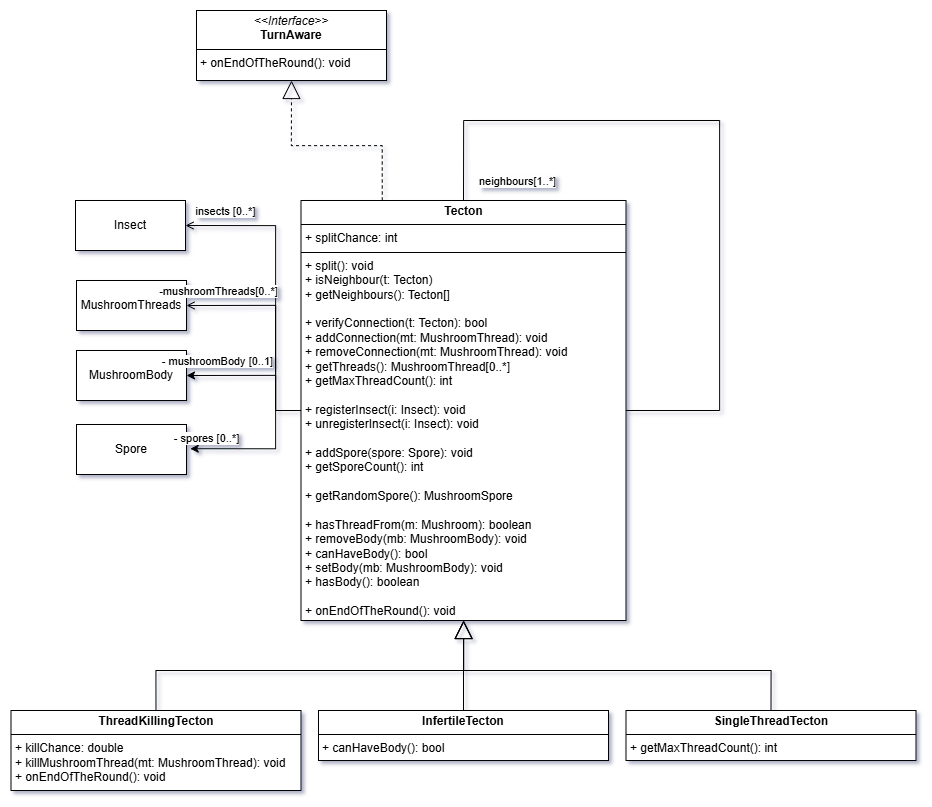
Above: diagrams/class/tecton.png in dzsem/projlab (draw.io), before the change. Source tidied: cells renumbered, new cells last; positions are measured from the earlier drawing's top-left corner, leaving out a move shared by most shapes.
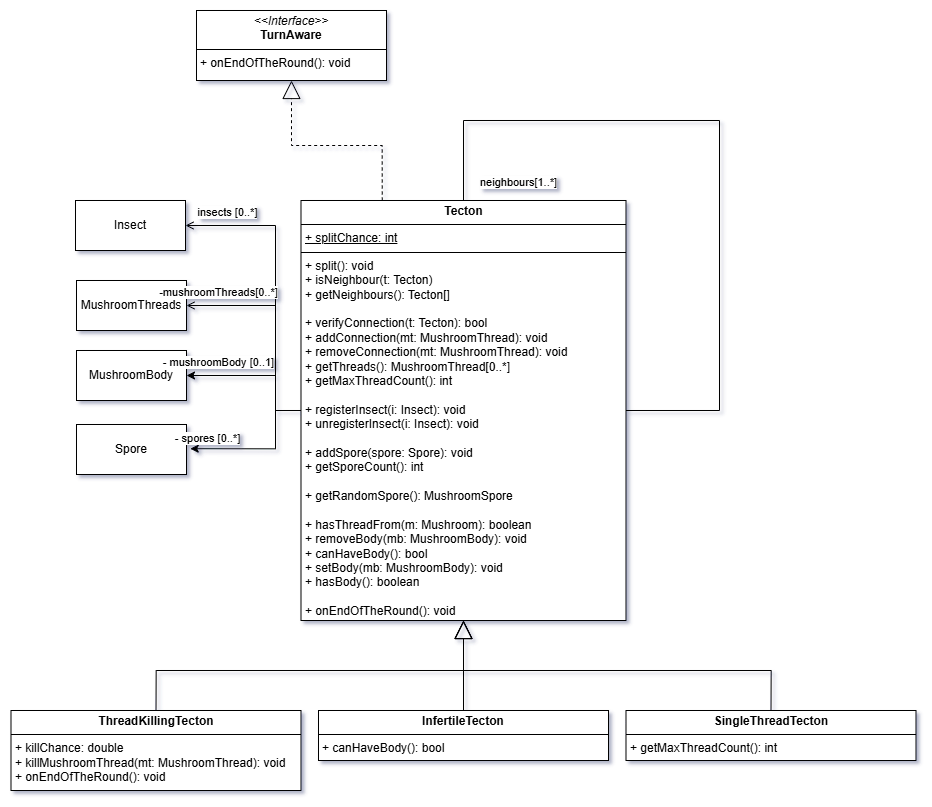
Later version of the same file.

Commit message:
Patch static vars

Diff of the diagram source:
```diff
@@ -34,7 +34,7 @@
     <mxCell id="7" style="edgeStyle=orthogonalEdgeStyle;rounded=0;jettySize=auto;html=1;exitX=0.25;exitY=0;exitDx=0;exitDy=0;entryX=0.5;entryY=1;entryDx=0;entryDy=0;endArrow=block;endFill=0;endSize=16;startSize=1;dashed=1;" parent="1" edge="1" source="8" target="24">
       <mxGeometry relative="1" as="geometry" />
     </mxCell>
-    <mxCell id="8" value="&lt;p style=&quot;margin:0px;margin-top:4px;text-align:center;&quot;&gt;&lt;b&gt;Tecton&lt;/b&gt;&lt;/p&gt;&lt;hr size=&quot;1&quot; style=&quot;border-style:solid;&quot;&gt;&lt;p style=&quot;margin:0px;margin-left:4px;&quot;&gt;+ splitChance: int&lt;/p&gt;&lt;hr size=&quot;1&quot; style=&quot;border-style:solid;&quot;&gt;&lt;p style=&quot;margin:0px;margin-left:4px;&quot;&gt;+ &lt;span style=&quot;background-color: transparent; color: light-dark(rgb(0, 0, 0), rgb(255, 255, 255));&quot;&gt;split(): void&lt;/span&gt;&lt;/p&gt;&lt;p style=&quot;margin:0px;margin-left:4px;&quot;&gt;+ &lt;span style=&quot;background-color: transparent; color: light-dark(rgb(0, 0, 0), rgb(255, 255, 255));&quot;&gt;isNeighbour(t: Tecton)&lt;/span&gt;&lt;/p&gt;&lt;p style=&quot;margin:0px;margin-left:4px;&quot;&gt;&lt;span style=&quot;background-color: transparent; color: light-dark(rgb(0, 0, 0), rgb(255, 255, 255));&quot;&gt;+ &lt;/span&gt;&lt;span style=&quot;background-color: transparent; color: light-dark(rgb(0, 0, 0), rgb(255, 255, 255));&quot;&gt;getNeighbours(): Tecton[]&lt;/span&gt;&lt;/p&gt;&lt;p style=&quot;margin:0px;margin-left:4px;&quot;&gt;&lt;br&gt;&lt;/p&gt;&lt;p style=&quot;margin:0px;margin-left:4px;&quot;&gt;+&amp;nbsp;&lt;span style=&quot;background-color: transparent; color: light-dark(rgb(0, 0, 0), rgb(255, 255, 255));&quot;&gt;verifyConnection(t: Tecton): bool&lt;/span&gt;&lt;/p&gt;&lt;p style=&quot;margin:0px;margin-left:4px;&quot;&gt;+ &lt;span style=&quot;background-color: transparent; color: light-dark(rgb(0, 0, 0), rgb(255, 255, 255));&quot;&gt;addConnection(mt: MushroomThread): void&lt;/span&gt;&lt;/p&gt;&lt;p style=&quot;margin:0px;margin-left:4px;&quot;&gt;+ &lt;span style=&quot;background-color: transparent; color: light-dark(rgb(0, 0, 0), rgb(255, 255, 255));&quot;&gt;removeConnection(mt: MushroomThread): void&lt;/span&gt;&lt;/p&gt;&lt;p style=&quot;margin:0px;margin-left:4px;&quot;&gt;+&amp;nbsp;&lt;span style=&quot;background-color: transparent; color: light-dark(rgb(0, 0, 0), rgb(255, 255, 255));&quot;&gt;getThreads(): MushroomThread[0..*]&lt;/span&gt;&lt;/p&gt;&lt;p style=&quot;margin:0px;margin-left:4px;&quot;&gt;+ getMaxThreadCount(): int&lt;/p&gt;&lt;p style=&quot;margin:0px;margin-left:4px;&quot;&gt;&lt;br&gt;&lt;/p&gt;&lt;p style=&quot;margin:0px;margin-left:4px;&quot;&gt;&lt;span style=&quot;background-color: transparent; color: light-dark(rgb(0, 0, 0), rgb(255, 255, 255));&quot;&gt;+ &lt;/span&gt;&lt;span style=&quot;background-color: transparent; color: light-dark(rgb(0, 0, 0), rgb(255, 255, 255));&quot;&gt;registerInsect(i: Insect): void&lt;/span&gt;&lt;/p&gt;&lt;p style=&quot;margin:0px;margin-left:4px;&quot;&gt;+&amp;nbsp;&lt;span style=&quot;background-color: transparent; color: light-dark(rgb(0, 0, 0), rgb(255, 255, 255));&quot;&gt;unregisterInsect(i: Insect): void&lt;/span&gt;&lt;/p&gt;&lt;p style=&quot;margin:0px;margin-left:4px;&quot;&gt;&lt;br&gt;&lt;/p&gt;&lt;p style=&quot;margin:0px;margin-left:4px;&quot;&gt;+ &lt;span style=&quot;background-color: transparent; color: light-dark(rgb(0, 0, 0), rgb(255, 255, 255));&quot;&gt;addSpore(spore: Spore): void&lt;/span&gt;&lt;/p&gt;&lt;p style=&quot;margin:0px;margin-left:4px;&quot;&gt;&lt;span style=&quot;background-color: transparent; color: light-dark(rgb(0, 0, 0), rgb(255, 255, 255));&quot;&gt;+ &lt;/span&gt;&lt;span style=&quot;background-color: transparent; color: light-dark(rgb(0, 0, 0), rgb(255, 255, 255));&quot;&gt;getSporeCount(): int&lt;/span&gt;&lt;/p&gt;&lt;p style=&quot;margin:0px;margin-left:4px;&quot;&gt;&lt;br&gt;&lt;/p&gt;&lt;p style=&quot;margin:0px;margin-left:4px;&quot;&gt;+&amp;nbsp;&lt;span style=&quot;background-color: transparent; color: light-dark(rgb(0, 0, 0), rgb(255, 255, 255));&quot;&gt;getRandomSpore(): MushroomSpore&lt;/span&gt;&lt;/p&gt;&lt;p style=&quot;margin:0px;margin-left:4px;&quot;&gt;&lt;span style=&quot;background-color: transparent; color: light-dark(rgb(0, 0, 0), rgb(255, 255, 255));&quot;&gt;&lt;br&gt;&lt;/span&gt;&lt;/p&gt;&lt;p style=&quot;margin:0px;margin-left:4px;&quot;&gt;+ &lt;span style=&quot;background-color: transparent; color: light-dark(rgb(0, 0, 0), rgb(255, 255, 255));&quot;&gt;hasThreadFrom(m: Mushroom): boolean&lt;/span&gt;&lt;/p&gt;&lt;p style=&quot;margin:0px;margin-left:4px;&quot;&gt;&lt;span style=&quot;background-color: transparent; color: light-dark(rgb(0, 0, 0), rgb(255, 255, 255));&quot;&gt;+&amp;nbsp;&lt;/span&gt;&lt;span style=&quot;background-color: transparent; color: light-dark(rgb(0, 0, 0), rgb(255, 255, 255));&quot;&gt;removeBody(mb: MushroomBody): void&lt;/span&gt;&lt;/p&gt;&lt;p style=&quot;margin:0px;margin-left:4px;&quot;&gt;+&amp;nbsp;&lt;span style=&quot;background-color: transparent; color: light-dark(rgb(0, 0, 0), rgb(255, 255, 255));&quot;&gt;canHaveBody(): bool&lt;/span&gt;&lt;/p&gt;&lt;p style=&quot;margin:0px;margin-left:4px;&quot;&gt;+&amp;nbsp;&lt;span style=&quot;background-color: transparent; color: light-dark(rgb(0, 0, 0), rgb(255, 255, 255));&quot;&gt;setBody(mb: MushroomBody): void&lt;/span&gt;&lt;/p&gt;&lt;p style=&quot;margin:0px;margin-left:4px;&quot;&gt;+&amp;nbsp;&lt;span style=&quot;background-color: transparent; color: light-dark(rgb(0, 0, 0), rgb(255, 255, 255));&quot;&gt;hasBody(): boolean&lt;/span&gt;&lt;/p&gt;&lt;p style=&quot;margin:0px;margin-left:4px;&quot;&gt;&lt;br&gt;&lt;/p&gt;&lt;p style=&quot;margin:0px;margin-left:4px;&quot;&gt;+&amp;nbsp;&lt;span style=&quot;background-color: transparent; color: light-dark(rgb(0, 0, 0), rgb(255, 255, 255));&quot;&gt;onEndOfTheRound(): void&lt;/span&gt;&lt;/p&gt;" style="verticalAlign=top;align=left;overflow=fill;html=1;whiteSpace=wrap;" parent="1" vertex="1">
+    <mxCell id="8" value="&lt;p style=&quot;margin:0px;margin-top:4px;text-align:center;&quot;&gt;&lt;b&gt;Tecton&lt;/b&gt;&lt;/p&gt;&lt;hr size=&quot;1&quot; style=&quot;border-style:solid;&quot;&gt;&lt;p style=&quot;margin:0px;margin-left:4px;&quot;&gt;&lt;u&gt;+ splitChance: int&lt;/u&gt;&lt;/p&gt;&lt;hr size=&quot;1&quot; style=&quot;border-style:solid;&quot;&gt;&lt;p style=&quot;margin:0px;margin-left:4px;&quot;&gt;+ &lt;span style=&quot;background-color: transparent; color: light-dark(rgb(0, 0, 0), rgb(255, 255, 255));&quot;&gt;split(): void&lt;/span&gt;&lt;/p&gt;&lt;p style=&quot;margin:0px;margin-left:4px;&quot;&gt;+ &lt;span style=&quot;background-color: transparent; color: light-dark(rgb(0, 0, 0), rgb(255, 255, 255));&quot;&gt;isNeighbour(t: Tecton)&lt;/span&gt;&lt;/p&gt;&lt;p style=&quot;margin:0px;margin-left:4px;&quot;&gt;&lt;span style=&quot;background-color: transparent; color: light-dark(rgb(0, 0, 0), rgb(255, 255, 255));&quot;&gt;+ &lt;/span&gt;&lt;span style=&quot;background-color: transparent; color: light-dark(rgb(0, 0, 0), rgb(255, 255, 255));&quot;&gt;getNeighbours(): Tecton[]&lt;/span&gt;&lt;/p&gt;&lt;p style=&quot;margin:0px;margin-left:4px;&quot;&gt;&lt;br&gt;&lt;/p&gt;&lt;p style=&quot;margin:0px;margin-left:4px;&quot;&gt;+&amp;nbsp;&lt;span style=&quot;background-color: transparent; color: light-dark(rgb(0, 0, 0), rgb(255, 255, 255));&quot;&gt;verifyConnection(t: Tecton): bool&lt;/span&gt;&lt;/p&gt;&lt;p style=&quot;margin:0px;margin-left:4px;&quot;&gt;+ &lt;span style=&quot;background-color: transparent; color: light-dark(rgb(0, 0, 0), rgb(255, 255, 255));&quot;&gt;addConnection(mt: MushroomThread): void&lt;/span&gt;&lt;/p&gt;&lt;p style=&quot;margin:0px;margin-left:4px;&quot;&gt;+ &lt;span style=&quot;background-color: transparent; color: light-dark(rgb(0, 0, 0), rgb(255, 255, 255));&quot;&gt;removeConnection(mt: MushroomThread): void&lt;/span&gt;&lt;/p&gt;&lt;p style=&quot;margin:0px;margin-left:4px;&quot;&gt;+&amp;nbsp;&lt;span style=&quot;background-color: transparent; color: light-dark(rgb(0, 0, 0), rgb(255, 255, 255));&quot;&gt;getThreads(): MushroomThread[0..*]&lt;/span&gt;&lt;/p&gt;&lt;p style=&quot;margin:0px;margin-left:4px;&quot;&gt;+ getMaxThreadCount(): int&lt;/p&gt;&lt;p style=&quot;margin:0px;margin-left:4px;&quot;&gt;&lt;br&gt;&lt;/p&gt;&lt;p style=&quot;margin:0px;margin-left:4px;&quot;&gt;&lt;span style=&quot;background-color: transparent; color: light-dark(rgb(0, 0, 0), rgb(255, 255, 255));&quot;&gt;+ &lt;/span&gt;&lt;span style=&quot;background-color: transparent; color: light-dark(rgb(0, 0, 0), rgb(255, 255, 255));&quot;&gt;registerInsect(i: Insect): void&lt;/span&gt;&lt;/p&gt;&lt;p style=&quot;margin:0px;margin-left:4px;&quot;&gt;+&amp;nbsp;&lt;span style=&quot;background-color: transparent; color: light-dark(rgb(0, 0, 0), rgb(255, 255, 255));&quot;&gt;unregisterInsect(i: Insect): void&lt;/span&gt;&lt;/p&gt;&lt;p style=&quot;margin:0px;margin-left:4px;&quot;&gt;&lt;br&gt;&lt;/p&gt;&lt;p style=&quot;margin:0px;margin-left:4px;&quot;&gt;+ &lt;span style=&quot;background-color: transparent; color: light-dark(rgb(0, 0, 0), rgb(255, 255, 255));&quot;&gt;addSpore(spore: Spore): void&lt;/span&gt;&lt;/p&gt;&lt;p style=&quot;margin:0px;margin-left:4px;&quot;&gt;&lt;span style=&quot;background-color: transparent; color: light-dark(rgb(0, 0, 0), rgb(255, 255, 255));&quot;&gt;+ &lt;/span&gt;&lt;span style=&quot;background-color: transparent; color: light-dark(rgb(0, 0, 0), rgb(255, 255, 255));&quot;&gt;getSporeCount(): int&lt;/span&gt;&lt;/p&gt;&lt;p style=&quot;margin:0px;margin-left:4px;&quot;&gt;&lt;br&gt;&lt;/p&gt;&lt;p style=&quot;margin:0px;margin-left:4px;&quot;&gt;+&amp;nbsp;&lt;span style=&quot;background-color: transparent; color: light-dark(rgb(0, 0, 0), rgb(255, 255, 255));&quot;&gt;getRandomSpore(): MushroomSpore&lt;/span&gt;&lt;/p&gt;&lt;p style=&quot;margin:0px;margin-left:4px;&quot;&gt;&lt;span style=&quot;background-color: transparent; color: light-dark(rgb(0, 0, 0), rgb(255, 255, 255));&quot;&gt;&lt;br&gt;&lt;/span&gt;&lt;/p&gt;&lt;p style=&quot;margin:0px;margin-left:4px;&quot;&gt;+ &lt;span style=&quot;background-color: transparent; color: light-dark(rgb(0, 0, 0), rgb(255, 255, 255));&quot;&gt;hasThreadFrom(m: Mushroom): boolean&lt;/span&gt;&lt;/p&gt;&lt;p style=&quot;margin:0px;margin-left:4px;&quot;&gt;&lt;span style=&quot;background-color: transparent; color: light-dark(rgb(0, 0, 0), rgb(255, 255, 255));&quot;&gt;+&amp;nbsp;&lt;/span&gt;&lt;span style=&quot;background-color: transparent; color: light-dark(rgb(0, 0, 0), rgb(255, 255, 255));&quot;&gt;removeBody(mb: MushroomBody): void&lt;/span&gt;&lt;/p&gt;&lt;p style=&quot;margin:0px;margin-left:4px;&quot;&gt;+&amp;nbsp;&lt;span style=&quot;background-color: transparent; color: light-dark(rgb(0, 0, 0), rgb(255, 255, 255));&quot;&gt;canHaveBody(): bool&lt;/span&gt;&lt;/p&gt;&lt;p style=&quot;margin:0px;margin-left:4px;&quot;&gt;+&amp;nbsp;&lt;span style=&quot;background-color: transparent; color: light-dark(rgb(0, 0, 0), rgb(255, 255, 255));&quot;&gt;setBody(mb: MushroomBody): void&lt;/span&gt;&lt;/p&gt;&lt;p style=&quot;margin:0px;margin-left:4px;&quot;&gt;+&amp;nbsp;&lt;span style=&quot;background-color: transparent; color: light-dark(rgb(0, 0, 0), rgb(255, 255, 255));&quot;&gt;hasBody(): boolean&lt;/span&gt;&lt;/p&gt;&lt;p style=&quot;margin:0px;margin-left:4px;&quot;&gt;&lt;br&gt;&lt;/p&gt;&lt;p style=&quot;margin:0px;margin-left:4px;&quot;&gt;+&amp;nbsp;&lt;span style=&quot;background-color: transparent; color: light-dark(rgb(0, 0, 0), rgb(255, 255, 255));&quot;&gt;onEndOfTheRound(): void&lt;/span&gt;&lt;/p&gt;" style="verticalAlign=top;align=left;overflow=fill;html=1;whiteSpace=wrap;" parent="1" vertex="1">
       <mxGeometry x="289.5" y="190" width="325" height="420" as="geometry" />
     </mxCell>
     <mxCell id="9" style="edgeStyle=orthogonalEdgeStyle;rounded=0;jettySize=auto;html=1;exitX=0.5;exitY=0;exitDx=0;exitDy=0;endArrow=block;endFill=0;endSize=16;" parent="1" edge="1" source="10" target="8">
```
